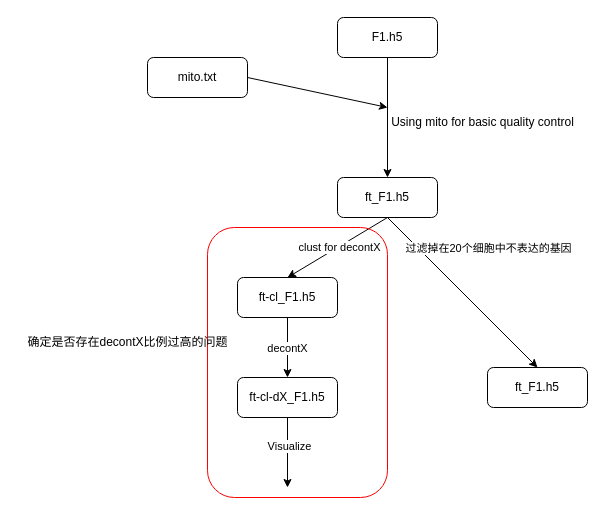
Before: .structure/structure.drawio in zliu90693/downstream_analysis, a draw.io diagram. Source tidied: cells renumbered, new cells numbered last; positions are measured from the earlier drawing's top-left corner, leaving out a move shared by most shapes. Both pictures are drawn from the tidied source at 100%, with x=0, y=0 at pixel (17, 17).
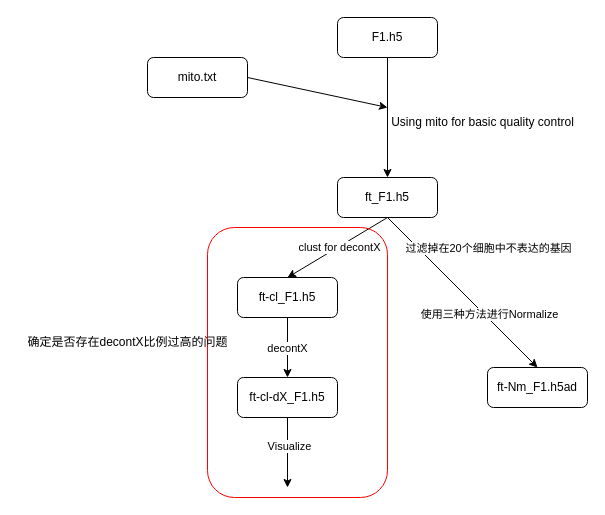
Above is the later version.

Unchanged cells that the change refers to:
```xml
<mxCell id="6" style="edgeStyle=none;html=1;exitX=0.5;exitY=1;exitDx=0;exitDy=0;entryX=0.5;entryY=0;entryDx=0;entryDy=0;" parent="1" edge="1" source="8" target="20">
  <mxGeometry relative="1" as="geometry" />
</mxCell>
```

The edit, as a diff of the source:
```diff
@@
+    <mxCell id="21" style="edgeLabel;html=1;align=center;verticalAlign=middle;" parent="6" vertex="1">
+      <mxGeometry x="0.37" y="-1" relative="1" as="geometry">
+        <mxPoint x="-1" as="offset" />
+      </mxGeometry>
+    </mxCell>
+    <mxCell id="22" value="使用三种方法进行Normalize" style="edgeLabel;html=1;align=center;verticalAlign=middle;" parent="6" vertex="1">
+      <mxGeometry x="0.31" y="4" relative="1" as="geometry">
+        <mxPoint y="1" as="offset" />
+      </mxGeometry>
+    </mxCell>
@@
-    <mxCell id="20" value="ft_F1.h5" style="rounded=1;whiteSpace=wrap;html=1;" parent="1" vertex="1">
+    <mxCell id="20" value="ft-Nm_F1.h5ad" style="rounded=1;whiteSpace=wrap;html=1;" parent="1" vertex="1">
       <mxGeometry x="470" y="350" width="100" height="40" as="geometry" />
     </mxCell>
```
